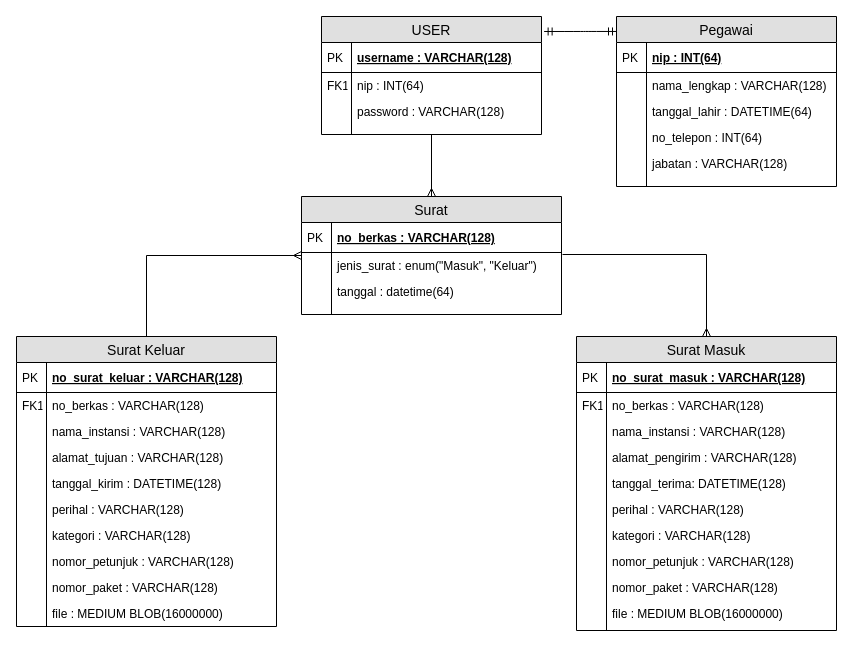
Above: ERD.drawio in RidhoAnshory/drawiocloud (draw.io), before the change. Source tidied: cells renumbered, new cells numbered last; positions are measured from the earlier drawing's top-left corner, leaving out a move shared by most shapes. Both pictures are drawn from the tidied source at 100%, with x=0, y=0 at pixel (16, 16).
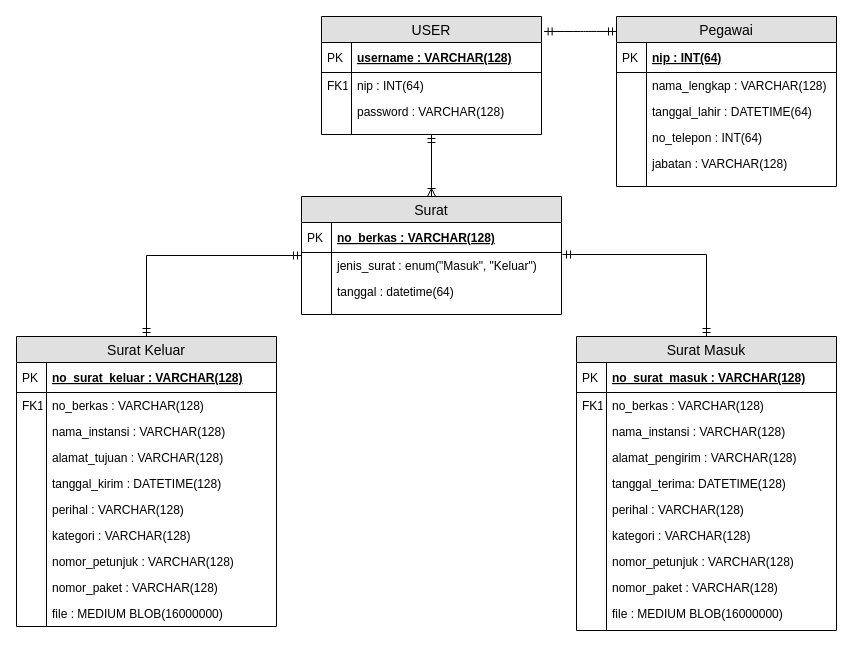
After the change.

Unchanged cells that the change refers to:
```xml
<mxCell id="3" value="USER" style="swimlane;fontStyle=0;horizontal=1;startSize=26;fillColor=#e0e0e0;swimlaneFillColor=#ffffff;align=center;fontSize=14;" parent="1" vertex="1">
  <mxGeometry x="305" width="220" height="118" as="geometry" />
</mxCell>
<mxCell id="13" value="Surat" style="swimlane;fontStyle=0;horizontal=1;startSize=26;fillColor=#e0e0e0;swimlaneFillColor=#ffffff;align=center;fontSize=14;" parent="1" vertex="1">
  <mxGeometry x="285" y="180" width="260" height="118" as="geometry" />
</mxCell>
<mxCell id="16" value="jenis_surat : enum(&quot;Masuk&quot;, &quot;Keluar&quot;)" style="shape=partialRectangle;top=0;left=0;right=0;bottom=0;align=left;verticalAlign=top;fillColor=none;spacingLeft=34;spacingRight=4;overflow=hidden;points=[[0,0.5],[1,0.5]];portConstraint=eastwest;fontSize=12;" parent="13" vertex="1">
  <mxGeometry y="56" width="260" height="26" as="geometry" />
</mxCell>
<mxCell id="24" value="Surat Keluar" style="swimlane;fontStyle=0;horizontal=1;startSize=26;fillColor=#e0e0e0;swimlaneFillColor=#ffffff;align=center;fontSize=14;" parent="1" vertex="1">
  <mxGeometry y="320" width="260" height="290" as="geometry" />
</mxCell>
<mxCell id="45" value="Surat Masuk" style="swimlane;fontStyle=0;horizontal=1;startSize=26;fillColor=#e0e0e0;swimlaneFillColor=#ffffff;align=center;fontSize=14;" parent="1" vertex="1">
  <mxGeometry x="560" y="320" width="260" height="294" as="geometry" />
</mxCell>
```

What changed in the source:
```diff
@@
-    <mxCell id="2" style="edgeStyle=orthogonalEdgeStyle;rounded=0;jettySize=auto;html=1;startArrow=ERmany;startFill=0;endArrow=none;endFill=0;exitX=0.5;exitY=0;exitDx=0;exitDy=0;" parent="1" edge="1" source="13" target="3">
+    <mxCell id="2" style="edgeStyle=orthogonalEdgeStyle;rounded=0;jettySize=auto;html=1;startArrow=ERoneToMany;startFill=0;endArrow=ERmandOne;endFill=0;exitX=0.5;exitY=0;exitDx=0;exitDy=0;" parent="1" edge="1" source="13" target="3">
       <mxGeometry relative="1" as="geometry" />
     </mxCell>
@@
-    <mxCell id="12" style="edgeStyle=orthogonalEdgeStyle;rounded=0;jettySize=auto;html=1;entryX=0.5;entryY=0;entryDx=0;entryDy=0;startArrow=ERmany;startFill=0;endArrow=none;endFill=0;" parent="1" edge="1" source="13" target="24">
+    <mxCell id="12" style="edgeStyle=orthogonalEdgeStyle;rounded=0;jettySize=auto;html=1;entryX=0.5;entryY=0;entryDx=0;entryDy=0;startArrow=ERmandOne;startFill=0;endArrow=ERmandOne;endFill=0;" parent="1" edge="1" source="13" target="24">
       <mxGeometry relative="1" as="geometry" />
     </mxCell>
@@
-    <mxCell id="22" style="edgeStyle=orthogonalEdgeStyle;rounded=0;jettySize=auto;html=1;entryX=1.004;entryY=0.077;entryDx=0;entryDy=0;startArrow=ERmany;startFill=0;endArrow=none;endFill=0;entryPerimeter=0;" parent="1" edge="1" source="45" target="16">
+    <mxCell id="22" style="edgeStyle=orthogonalEdgeStyle;rounded=0;jettySize=auto;html=1;entryX=1.004;entryY=0.077;entryDx=0;entryDy=0;startArrow=ERmandOne;startFill=0;endArrow=ERmandOne;endFill=0;entryPerimeter=0;" parent="1" edge="1" source="45" target="16">
       <mxGeometry relative="1" as="geometry" />
     </mxCell>
```
